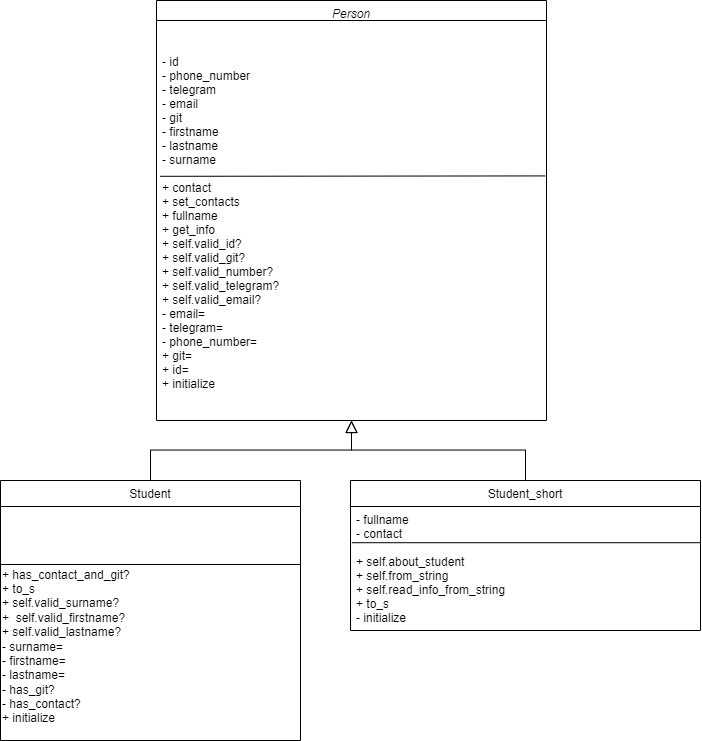
Earlier version of the draw.io export Student/Diagramm_classes.png (zhuravlev0063/Ruby). Source tidied: cells renumbered, new cells last; positions are measured from the earlier drawing's top-left corner, leaving out a move shared by most shapes.
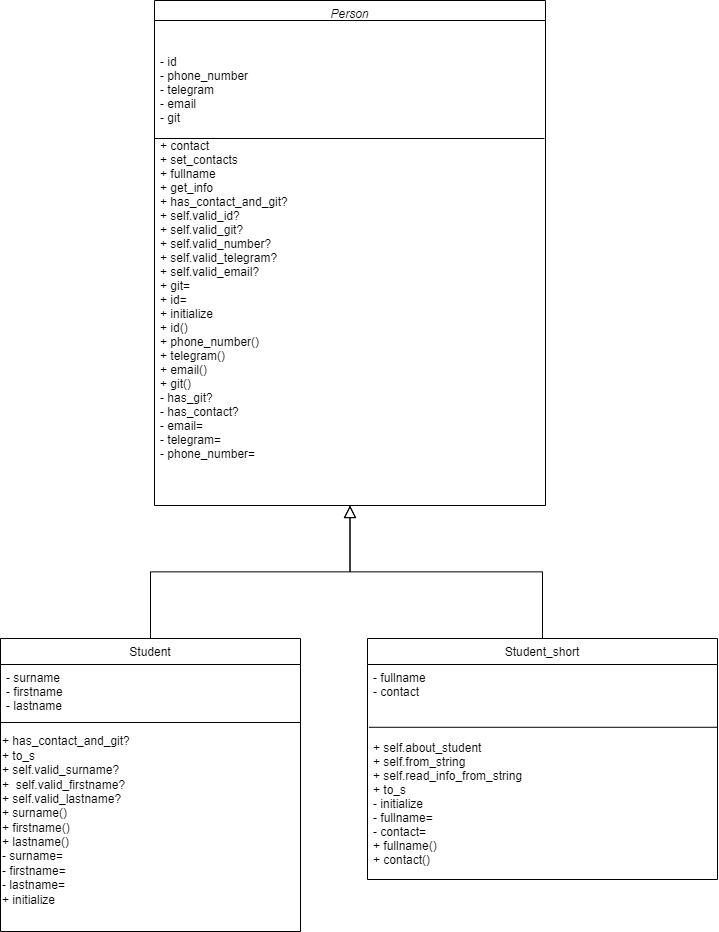
Later version of the same file.

Diff of the diagram source:
```diff
@@ -3,34 +3,37 @@
     <mxCell id="0" />
     <mxCell id="1" parent="0" />
     <mxCell id="2" value="Person" style="swimlane;fontStyle=2;align=center;verticalAlign=top;horizontal=1;startSize=20;rounded=0;shadow=0;strokeWidth=1;" parent="1" vertex="1">
-      <mxGeometry x="156" width="390" height="420" as="geometry" />
+      <mxGeometry x="154" y="107" width="391" height="505" as="geometry" />
     </mxCell>
-    <mxCell id="3" style="endArrow=none;html=1;rounded=0;exitX=0.009;exitY=0.41;exitDx=0;exitDy=0;exitPerimeter=0;entryX=0.997;entryY=0.409;entryDx=0;entryDy=0;entryPerimeter=0;" parent="2" edge="1" source="4" target="4">
-      <mxGeometry relative="1" as="geometry" />
+    <mxCell id="3" style="endArrow=none;html=1;rounded=0;entryX=1;entryY=0.25;entryDx=0;entryDy=0;exitX=0;exitY=0.25;exitDx=0;exitDy=0;" parent="2" edge="1">
+      <mxGeometry relative="1" as="geometry">
+        <mxPoint y="138" as="sourcePoint" />
+        <mxPoint x="390" y="138" as="targetPoint" />
+      </mxGeometry>
     </mxCell>
-    <mxCell id="4" value="&#10;&#10;- id&#10;- phone_number&#10;- telegram&#10;- email&#10;- git&#10;- firstname&#10;- lastname&#10;- surname&#10;&#10;+ contact&#10;+ set_contacts&#10;+ fullname&#10;+ get_info&#10;+ self.valid_id?&#10;+ self.valid_git?&#10;+ self.valid_number?&#10;+ self.valid_telegram?&#10;+ self.valid_email?&#10;- email=&#10;- telegram=&#10;- phone_number=&#10;+ git=&#10;+ id=&#10;+ initialize" style="text;align=left;verticalAlign=top;spacingLeft=4;spacingRight=4;overflow=hidden;points=[[0,0.5],[1,0.5]];portConstraint=eastwest;" parent="2" vertex="1">
-      <mxGeometry y="20" width="390" height="380" as="geometry" />
+    <mxCell id="4" value="&#10;&#10;- id&#10;- phone_number&#10;- telegram&#10;- email&#10;- git&#10;&#10;+ contact&#10;+ set_contacts&#10;+ fullname&#10;+ get_info&#10;+ has_contact_and_git?&#10;+ self.valid_id?&#10;+ self.valid_git?&#10;+ self.valid_number?&#10;+ self.valid_telegram?&#10;+ self.valid_email?&#10;+ git=&#10;+ id=&#10;+ initialize&#10;+ id()&#10;+ phone_number()&#10;+ telegram()&#10;+ email()&#10;+ git()&#10;- has_git?&#10;- has_contact?&#10;- email=&#10;- telegram=&#10;- phone_number=&#10;" style="text;align=left;verticalAlign=top;spacingLeft=4;spacingRight=4;overflow=hidden;points=[[0,0.5],[1,0.5]];portConstraint=eastwest;" parent="2" vertex="1">
+      <mxGeometry y="20" width="391" height="485" as="geometry" />
     </mxCell>
     <mxCell id="5" value="Student" style="swimlane;fontStyle=0;align=center;verticalAlign=top;horizontal=1;startSize=26;rounded=0;shadow=0;strokeWidth=1;" parent="1" vertex="1">
-      <mxGeometry y="480" width="300" height="260" as="geometry" />
+      <mxGeometry y="745" width="300" height="293" as="geometry" />
     </mxCell>
-    <mxCell id="6" value="&#10;&#10;" style="text;align=left;verticalAlign=top;spacingLeft=4;spacingRight=4;overflow=hidden;rounded=0;shadow=0;html=0;" parent="5" vertex="1">
+    <mxCell id="6" value="- surname&#10;- firstname&#10;- lastname&#10;" style="text;align=left;verticalAlign=top;spacingLeft=4;spacingRight=4;overflow=hidden;rounded=0;shadow=0;html=0;" parent="5" vertex="1">
       <mxGeometry y="26" width="300" height="54" as="geometry" />
     </mxCell>
     <mxCell id="7" style="line;html=1;strokeWidth=1;align=left;verticalAlign=middle;spacingTop=-1;spacingLeft=3;spacingRight=3;labelPosition=right;" parent="5" vertex="1">
       <mxGeometry y="80" width="300" height="8" as="geometry" />
     </mxCell>
-    <mxCell id="8" value="&lt;div&gt;&lt;br&gt;&lt;/div&gt;+ has_contact_and_git?&lt;div&gt;+ to_s&lt;/div&gt;&lt;div&gt;+ self.valid_surname?&lt;/div&gt;&lt;div&gt;+&amp;nbsp;&lt;span style=&quot;text-wrap: nowrap; background-color: initial;&quot;&gt;&amp;nbsp;self.valid_firstname?&lt;/span&gt;&lt;/div&gt;&lt;div&gt;&lt;span style=&quot;text-wrap: nowrap;&quot;&gt;+ self.valid_lastname?&lt;/span&gt;&lt;span style=&quot;text-wrap: nowrap; background-color: initial;&quot;&gt;&lt;br&gt;&lt;/span&gt;&lt;/div&gt;&lt;div&gt;&lt;span style=&quot;text-wrap: nowrap;&quot;&gt;- surname=&lt;/span&gt;&lt;span style=&quot;text-wrap: nowrap;&quot;&gt;&lt;br&gt;&lt;/span&gt;&lt;/div&gt;&lt;div&gt;&lt;span style=&quot;text-wrap: nowrap;&quot;&gt;- firstname=&lt;/span&gt;&lt;/div&gt;&lt;div&gt;&lt;span style=&quot;text-wrap: nowrap;&quot;&gt;- lastname=&lt;/span&gt;&lt;/div&gt;&lt;div&gt;&lt;span style=&quot;text-wrap: nowrap;&quot;&gt;- has_git?&lt;/span&gt;&lt;/div&gt;&lt;div&gt;&lt;span style=&quot;text-wrap: nowrap;&quot;&gt;- has_contact?&lt;/span&gt;&lt;/div&gt;&lt;div&gt;&lt;span style=&quot;text-wrap: nowrap;&quot;&gt;+&amp;nbsp;&lt;/span&gt;&lt;span style=&quot;text-wrap: nowrap; background-color: initial;&quot;&gt;initialize&lt;/span&gt;&lt;/div&gt;" style="text;html=1;align=left;verticalAlign=middle;whiteSpace=wrap;rounded=0;" parent="5" vertex="1">
-      <mxGeometry y="88" width="300" height="142" as="geometry" />
+    <mxCell id="8" value="&lt;div&gt;&lt;br&gt;&lt;/div&gt;+ has_contact_and_git?&lt;div&gt;+ to_s&lt;/div&gt;&lt;div&gt;+ self.valid_surname?&lt;/div&gt;&lt;div&gt;+&amp;nbsp;&lt;span style=&quot;text-wrap: nowrap; background-color: initial;&quot;&gt;&amp;nbsp;self.valid_firstname?&lt;/span&gt;&lt;/div&gt;&lt;div&gt;&lt;span style=&quot;text-wrap: nowrap;&quot;&gt;+ self.valid_lastname?&lt;/span&gt;&lt;span style=&quot;text-wrap: nowrap; background-color: initial;&quot;&gt;&lt;br&gt;&lt;/span&gt;&lt;/div&gt;&lt;div&gt;&lt;div&gt;&lt;span style=&quot;text-wrap: nowrap;&quot;&gt;+ surname()&lt;/span&gt;&lt;span style=&quot;text-wrap: nowrap;&quot;&gt;&lt;br&gt;&lt;/span&gt;&lt;/div&gt;&lt;div&gt;&lt;span style=&quot;text-wrap: nowrap;&quot;&gt;+ firstname()&lt;/span&gt;&lt;/div&gt;&lt;div&gt;&lt;span style=&quot;text-wrap: nowrap;&quot;&gt;+ lastname()&lt;/span&gt;&lt;/div&gt;&lt;/div&gt;&lt;div&gt;&lt;span style=&quot;text-wrap: nowrap;&quot;&gt;- surname=&lt;/span&gt;&lt;span style=&quot;text-wrap: nowrap;&quot;&gt;&lt;br&gt;&lt;/span&gt;&lt;/div&gt;&lt;div&gt;&lt;span style=&quot;text-wrap: nowrap;&quot;&gt;- firstname=&lt;/span&gt;&lt;/div&gt;&lt;div&gt;&lt;span style=&quot;text-wrap: nowrap;&quot;&gt;- lastname=&lt;/span&gt;&lt;/div&gt;&lt;div&gt;&lt;span style=&quot;background-color: initial; text-wrap: nowrap;&quot;&gt;+&amp;nbsp;&lt;/span&gt;&lt;span style=&quot;background-color: initial; text-wrap: nowrap;&quot;&gt;initialize&lt;/span&gt;&lt;br&gt;&lt;/div&gt;" style="text;html=1;align=left;verticalAlign=middle;whiteSpace=wrap;rounded=0;" parent="5" vertex="1">
+      <mxGeometry y="88" width="300" height="173" as="geometry" />
     </mxCell>
     <mxCell id="9" style="endArrow=block;endSize=10;endFill=0;shadow=0;strokeWidth=1;rounded=0;curved=0;edgeStyle=elbowEdgeStyle;elbow=vertical;" parent="1" edge="1" source="5" target="2">
       <mxGeometry relative="1" as="geometry" />
     </mxCell>
     <mxCell id="10" value="Student_short" style="swimlane;fontStyle=0;align=center;verticalAlign=top;horizontal=1;startSize=26;rounded=0;shadow=0;strokeWidth=1;" parent="1" vertex="1">
-      <mxGeometry x="350" y="480" width="350" height="150" as="geometry" />
+      <mxGeometry x="367" y="745" width="350" height="241" as="geometry" />
     </mxCell>
-    <mxCell id="11" value="- fullname&#10;- contact&#10;&#10;+ self.about_student&#10;+ self.from_string&#10;+ self.read_info_from_string&#10;+ to_s&#10;- initialize" style="text;align=left;verticalAlign=top;spacingLeft=4;spacingRight=4;overflow=hidden;points=[[0,0.5],[1,0.5]];portConstraint=eastwest;" parent="10" vertex="1">
-      <mxGeometry y="26" width="350" height="124" as="geometry" />
+    <mxCell id="11" value="- fullname&#10;- contact&#10;&#10;&#10;&#10;+ self.about_student&#10;+ self.from_string&#10;+ self.read_info_from_string&#10;+ to_s&#10;- initialize&#10;- fullname=&#10;- contact=&#10;+ fullname()&#10;+ contact()" style="text;align=left;verticalAlign=top;spacingLeft=4;spacingRight=4;overflow=hidden;points=[[0,0.5],[1,0.5]];portConstraint=eastwest;" parent="10" vertex="1">
+      <mxGeometry y="26" width="350" height="215" as="geometry" />
     </mxCell>
     <mxCell id="12" style="endArrow=none;html=1;rounded=0;exitX=0.022;exitY=0.383;exitDx=0;exitDy=0;exitPerimeter=0;" parent="10" edge="1" target="11">
       <mxGeometry relative="1" as="geometry">
```
